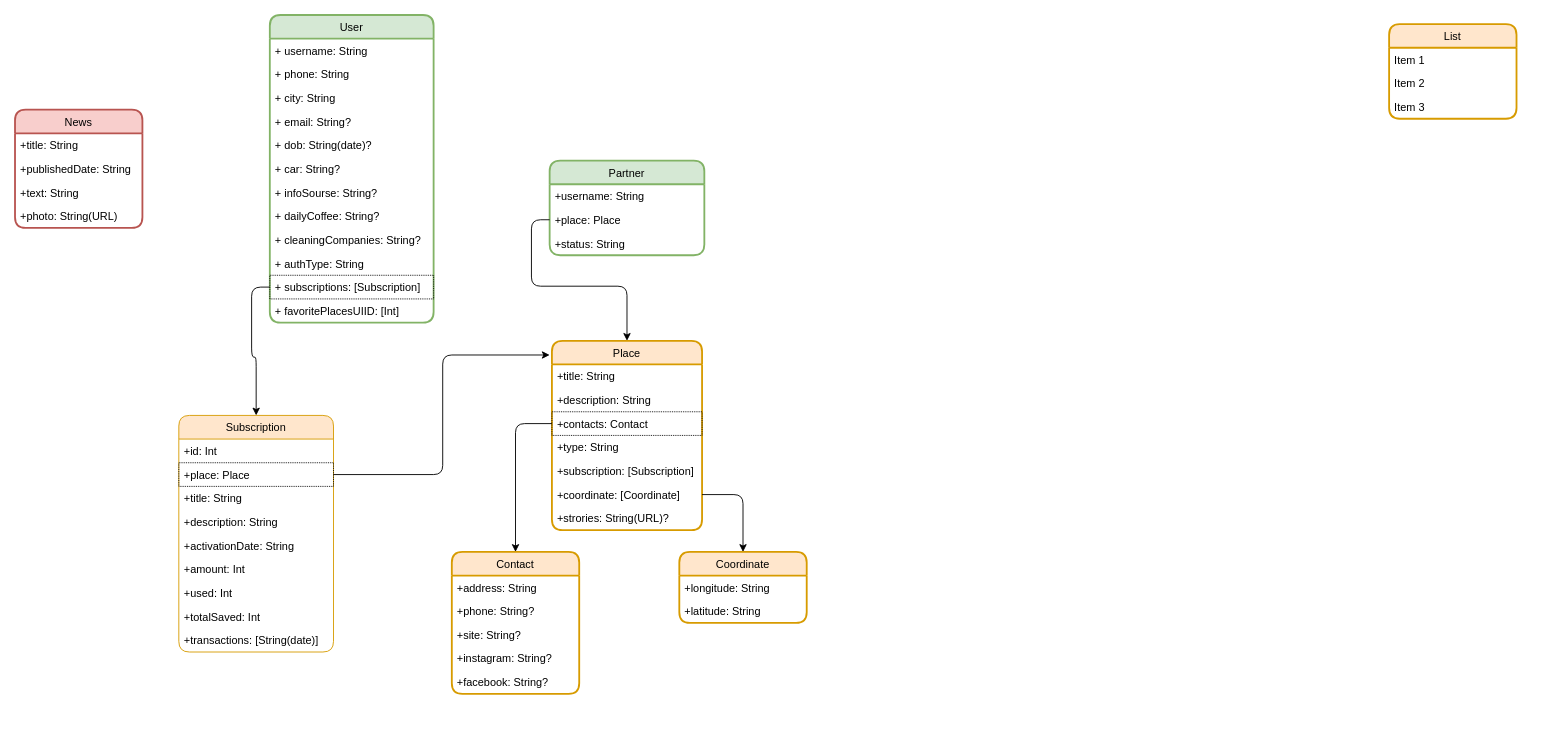
The draw.io diagram urbanist.drawio in Dmitriy-Holovnia/schemes, before the edit. Source tidied: cells renumbered, new cells numbered last; positions are measured from the earlier drawing's top-left corner, leaving out a move shared by most shapes. Both pictures are drawn from the tidied source at 91%, with x=0, y=0 at pixel (15, 15).
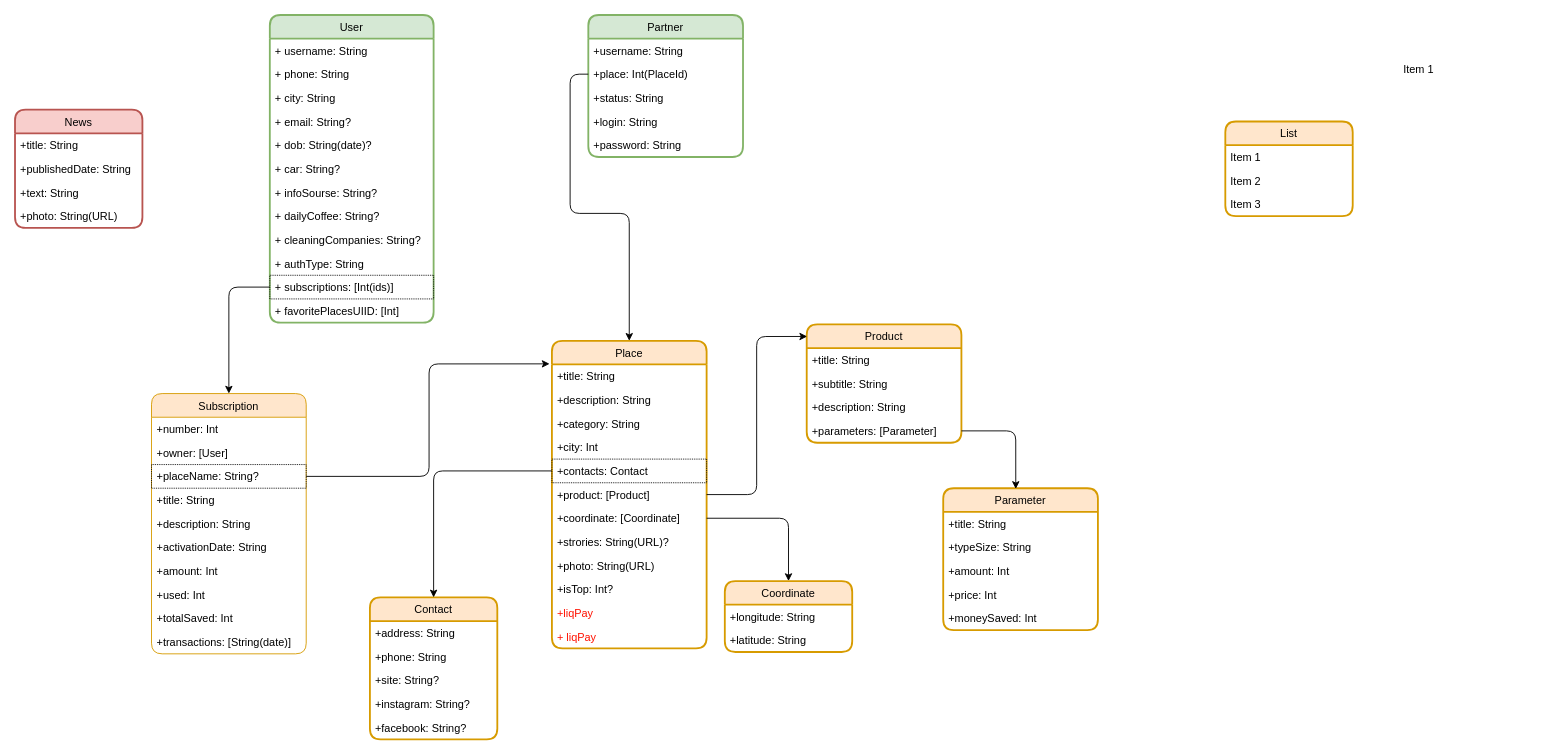
Above is the later version.

Unchanged cells that the change refers to:
```xml
<mxCell id="2" value="User" style="swimlane;fontStyle=0;horizontal=1;startSize=26;fillColor=#d5e8d4;strokeColor=#82b366;rounded=1;shadow=0;sketch=0;glass=0;swimlaneFillColor=#ffffff;strokeWidth=2;" parent="1" vertex="1">
  <mxGeometry x="280" width="180" height="338" as="geometry" />
</mxCell>
```

Change to the diagram source:
```diff
@@
-    <mxCell id="13" value="+ subscriptions: [Subscription]" style="text;fillColor=none;align=left;verticalAlign=top;spacingLeft=4;spacingRight=4;overflow=hidden;points=[[0,0.5],[1,0.5]];portConstraint=eastwest;dashed=1;strokeColor=#000000;rounded=0;dashPattern=1 1;" parent="2" vertex="1">
+    <mxCell id="13" value="+ subscriptions: [Int(ids)]" style="text;fillColor=none;align=left;verticalAlign=top;spacingLeft=4;spacingRight=4;overflow=hidden;points=[[0,0.5],[1,0.5]];portConstraint=eastwest;dashed=1;strokeColor=#000000;rounded=0;dashPattern=1 1;" parent="2" vertex="1">
       <mxGeometry y="286" width="180" height="26" as="geometry" />
     </mxCell>
@@
     <mxCell id="15" value="Partner" style="swimlane;fontStyle=0;horizontal=1;startSize=26;fillColor=#d5e8d4;strokeColor=#82b366;rounded=1;strokeWidth=2;swimlaneFillColor=#ffffff;" parent="1" vertex="1">
-      <mxGeometry x="587.5" y="160" width="170" height="104" as="geometry" />
+      <mxGeometry x="630" width="170" height="156" as="geometry" />
     </mxCell>
@@
-    <mxCell id="17" value="+place: Place" style="text;strokeColor=none;fillColor=none;align=left;verticalAlign=top;spacingLeft=4;spacingRight=4;overflow=hidden;points=[[0,0.5],[1,0.5]];portConstraint=eastwest;" parent="15" vertex="1">
+    <mxCell id="17" value="+place: Int(PlaceId)" style="text;strokeColor=none;fillColor=none;align=left;verticalAlign=top;spacingLeft=4;spacingRight=4;overflow=hidden;points=[[0,0.5],[1,0.5]];portConstraint=eastwest;" parent="15" vertex="1">
       <mxGeometry y="52" width="170" height="26" as="geometry" />
     </mxCell>
@@
+    <mxCell id="60" value="+login: String" style="text;strokeColor=none;fillColor=none;align=left;verticalAlign=top;spacingLeft=4;spacingRight=4;overflow=hidden;" parent="15" vertex="1">
+      <mxGeometry y="104" width="170" height="26" as="geometry" />
+    </mxCell>
+    <mxCell id="61" value="+password: String" style="text;strokeColor=none;fillColor=none;align=left;verticalAlign=top;spacingLeft=4;spacingRight=4;overflow=hidden;" parent="15" vertex="1">
+      <mxGeometry y="130" width="170" height="26" as="geometry" />
+    </mxCell>
     <mxCell id="19" value="List" style="swimlane;fontStyle=0;horizontal=1;startSize=26;fillColor=#ffe6cc;strokeColor=#d79b00;rounded=1;swimlaneFillColor=#ffffff;strokeWidth=2;" parent="1" vertex="1">
-      <mxGeometry x="1510" y="10" width="140" height="104" as="geometry" />
+      <mxGeometry x="1330" y="117" width="140" height="104" as="geometry" />
     </mxCell>
@@
     <mxCell id="23" value="Subscription" style="swimlane;fontStyle=0;horizontal=1;startSize=26;fillColor=#ffe6cc;strokeColor=#d79b00;rounded=1;swimlaneFillColor=#ffffff;" parent="1" vertex="1">
-      <mxGeometry x="180" y="440" width="170" height="260" as="geometry" />
+      <mxGeometry x="150" y="416" width="170" height="286" as="geometry" />
     </mxCell>
-    <mxCell id="24" value="+id: Int" style="text;strokeColor=none;fillColor=none;align=left;verticalAlign=top;spacingLeft=4;spacingRight=4;overflow=hidden;" parent="23" vertex="1">
+    <mxCell id="24" value="+number: Int" style="text;strokeColor=none;fillColor=none;align=left;verticalAlign=top;spacingLeft=4;spacingRight=4;overflow=hidden;" parent="23" vertex="1">
       <mxGeometry y="26" width="170" height="26" as="geometry" />
     </mxCell>
+    <mxCell id="62" value="+owner: [User]" style="text;strokeColor=none;fillColor=none;align=left;verticalAlign=top;spacingLeft=4;spacingRight=4;overflow=hidden;" parent="23" vertex="1">
+      <mxGeometry y="52" width="170" height="26" as="geometry" />
+    </mxCell>
-    <mxCell id="25" value="+place: Place" style="text;fillColor=none;align=left;verticalAlign=top;spacingLeft=4;spacingRight=4;overflow=hidden;points=[[0,0.5],[1,0.5]];portConstraint=eastwest;strokeColor=#000000;dashed=1;dashPattern=1 1;" parent="23" vertex="1">
-      <mxGeometry y="52" width="170" height="26" as="geometry" />
+    <mxCell id="25" value="+placeName: String?" style="text;fillColor=none;align=left;verticalAlign=top;spacingLeft=4;spacingRight=4;overflow=hidden;points=[[0,0.5],[1,0.5]];portConstraint=eastwest;strokeColor=#000000;dashed=1;dashPattern=1 1;" parent="23" vertex="1">
+      <mxGeometry y="78" width="170" height="26" as="geometry" />
     </mxCell>
     <mxCell id="26" value="+title: String" style="text;strokeColor=none;fillColor=none;align=left;verticalAlign=top;spacingLeft=4;spacingRight=4;overflow=hidden;" parent="23" vertex="1">
-      <mxGeometry y="78" width="170" height="26" as="geometry" />
+      <mxGeometry y="104" width="170" height="26" as="geometry" />
     </mxCell>
     <mxCell id="27" value="+description: String" style="text;strokeColor=none;fillColor=none;align=left;verticalAlign=top;spacingLeft=4;spacingRight=4;overflow=hidden;" parent="23" vertex="1">
-      <mxGeometry y="104" width="170" height="26" as="geometry" />
+      <mxGeometry y="130" width="170" height="26" as="geometry" />
     </mxCell>
     <mxCell id="28" value="+activationDate: String" style="text;strokeColor=none;fillColor=none;align=left;verticalAlign=top;spacingLeft=4;spacingRight=4;overflow=hidden;" parent="23" vertex="1">
-      <mxGeometry y="130" width="170" height="26" as="geometry" />
+      <mxGeometry y="156" width="170" height="26" as="geometry" />
     </mxCell>
     <mxCell id="29" value="+amount: Int" style="text;strokeColor=none;fillColor=none;align=left;verticalAlign=top;spacingLeft=4;spacingRight=4;overflow=hidden;" parent="23" vertex="1">
-      <mxGeometry y="156" width="170" height="26" as="geometry" />
+      <mxGeometry y="182" width="170" height="26" as="geometry" />
     </mxCell>
     <mxCell id="30" value="+used: Int" style="text;strokeColor=none;fillColor=none;align=left;verticalAlign=top;spacingLeft=4;spacingRight=4;overflow=hidden;" parent="23" vertex="1">
-      <mxGeometry y="182" width="170" height="26" as="geometry" />
+      <mxGeometry y="208" width="170" height="26" as="geometry" />
     </mxCell>
     <mxCell id="31" value="+totalSaved: Int" style="text;strokeColor=none;fillColor=none;align=left;verticalAlign=top;spacingLeft=4;spacingRight=4;overflow=hidden;" parent="23" vertex="1">
-      <mxGeometry y="208" width="170" height="26" as="geometry" />
+      <mxGeometry y="234" width="170" height="26" as="geometry" />
     </mxCell>
     <mxCell id="32" value="+transactions: [String(date)]" style="text;strokeColor=none;fillColor=none;align=left;verticalAlign=top;spacingLeft=4;spacingRight=4;overflow=hidden;" parent="23" vertex="1">
-      <mxGeometry y="234" width="170" height="26" as="geometry" />
+      <mxGeometry y="260" width="170" height="26" as="geometry" />
     </mxCell>
     <mxCell id="33" value="Place" style="swimlane;fontStyle=0;horizontal=1;startSize=26;fillColor=#ffe6cc;strokeColor=#d79b00;rounded=1;swimlaneFillColor=#ffffff;strokeWidth=2;" parent="1" vertex="1">
-      <mxGeometry x="590" y="358" width="165" height="208" as="geometry" />
+      <mxGeometry x="590" y="358" width="170" height="338" as="geometry" />
     </mxCell>
     <mxCell id="34" value="+title: String" style="text;strokeColor=none;fillColor=none;align=left;verticalAlign=top;spacingLeft=4;spacingRight=4;overflow=hidden;" parent="33" vertex="1">
-      <mxGeometry y="26" width="165" height="26" as="geometry" />
+      <mxGeometry y="26" width="170" height="26" as="geometry" />
     </mxCell>
     <mxCell id="35" value="+description: String" style="text;strokeColor=none;fillColor=none;align=left;verticalAlign=top;spacingLeft=4;spacingRight=4;overflow=hidden;" parent="33" vertex="1">
-      <mxGeometry y="52" width="165" height="26" as="geometry" />
+      <mxGeometry y="52" width="170" height="26" as="geometry" />
     </mxCell>
+    <mxCell id="37" value="+category: String" style="text;strokeColor=none;fillColor=none;align=left;verticalAlign=top;spacingLeft=4;spacingRight=4;overflow=hidden;" parent="33" vertex="1">
+      <mxGeometry y="78" width="170" height="26" as="geometry" />
+    </mxCell>
+    <mxCell id="63" value="+city: Int" style="text;strokeColor=none;fillColor=none;align=left;verticalAlign=top;spacingLeft=4;spacingRight=4;overflow=hidden;" parent="33" vertex="1">
+      <mxGeometry y="104" width="170" height="26" as="geometry" />
+    </mxCell>
     <mxCell id="36" value="+contacts: Contact" style="text;fillColor=none;align=left;verticalAlign=top;spacingLeft=4;spacingRight=4;overflow=hidden;points=[[0,0.5],[1,0.5]];portConstraint=eastwest;dashed=1;dashPattern=1 1;strokeColor=#000000;" parent="33" vertex="1">
-      <mxGeometry y="78" width="165" height="26" as="geometry" />
+      <mxGeometry y="130" width="170" height="26" as="geometry" />
     </mxCell>
-    <mxCell id="37" value="+type: String" style="text;strokeColor=none;fillColor=none;align=left;verticalAlign=top;spacingLeft=4;spacingRight=4;overflow=hidden;" parent="33" vertex="1">
-      <mxGeometry y="104" width="165" height="26" as="geometry" />
-    </mxCell>
-    <mxCell id="38" value="+subscription: [Subscription]" style="text;strokeColor=none;fillColor=none;align=left;verticalAlign=top;spacingLeft=4;spacingRight=4;overflow=hidden;points=[[0,0.5],[1,0.5]];portConstraint=eastwest;" parent="33" vertex="1">
-      <mxGeometry y="130" width="165" height="26" as="geometry" />
+    <mxCell id="38" value="+product: [Product]" style="text;strokeColor=none;fillColor=none;align=left;verticalAlign=top;spacingLeft=4;spacingRight=4;overflow=hidden;points=[[0,0.5],[1,0.5]];portConstraint=eastwest;" parent="33" vertex="1">
+      <mxGeometry y="156" width="170" height="26" as="geometry" />
     </mxCell>
     <mxCell id="39" value="+coordinate: [Coordinate]" style="text;strokeColor=none;fillColor=none;align=left;verticalAlign=top;spacingLeft=4;spacingRight=4;overflow=hidden;points=[[0,0.5],[1,0.5]];portConstraint=eastwest;dashed=1;dashPattern=1 1;" parent="33" vertex="1">
-      <mxGeometry y="156" width="165" height="26" as="geometry" />
+      <mxGeometry y="182" width="170" height="26" as="geometry" />
     </mxCell>
     <mxCell id="40" value="+strories: String(URL)?" style="text;strokeColor=none;fillColor=none;align=left;verticalAlign=top;spacingLeft=4;spacingRight=4;overflow=hidden;" parent="33" vertex="1">
-      <mxGeometry y="182" width="165" height="26" as="geometry" />
+      <mxGeometry y="208" width="170" height="26" as="geometry" />
     </mxCell>
+    <mxCell id="64" value="+photo: String(URL)" style="text;strokeColor=none;fillColor=none;align=left;verticalAlign=top;spacingLeft=4;spacingRight=4;overflow=hidden;" parent="33" vertex="1">
+      <mxGeometry y="234" width="170" height="26" as="geometry" />
+    </mxCell>
+    <mxCell id="65" value="+isTop: Int?" style="text;strokeColor=none;fillColor=none;align=left;verticalAlign=top;spacingLeft=4;spacingRight=4;overflow=hidden;" parent="33" vertex="1">
+      <mxGeometry y="260" width="170" height="26" as="geometry" />
+    </mxCell>
+    <mxCell id="66" value="+liqPay" style="text;strokeColor=none;fillColor=none;align=left;verticalAlign=top;spacingLeft=4;spacingRight=4;overflow=hidden;fontColor=#FF1100;" parent="33" vertex="1">
+      <mxGeometry y="286" width="170" height="26" as="geometry" />
+    </mxCell>
+    <mxCell id="67" value="+ liqPay" style="text;strokeColor=none;fillColor=none;align=left;verticalAlign=top;spacingLeft=4;spacingRight=4;overflow=hidden;fontColor=#FF1100;" parent="33" vertex="1">
+      <mxGeometry y="312" width="170" height="26" as="geometry" />
+    </mxCell>
@@
     <mxCell id="42" value="Coordinate" style="swimlane;fontStyle=0;horizontal=1;startSize=26;fillColor=#ffe6cc;strokeColor=#d79b00;rounded=1;swimlaneFillColor=#ffffff;strokeWidth=2;" parent="1" vertex="1">
-      <mxGeometry x="730" y="590" width="140" height="78" as="geometry" />
+      <mxGeometry x="780" y="622" width="140" height="78" as="geometry" />
     </mxCell>
@@
     <mxCell id="48" value="Contact" style="swimlane;fontStyle=0;horizontal=1;startSize=26;fillColor=#ffe6cc;strokeColor=#d79b00;rounded=1;swimlaneFillColor=#ffffff;strokeWidth=2;" parent="1" vertex="1">
-      <mxGeometry x="480" y="590" width="140" height="156" as="geometry" />
+      <mxGeometry x="390" y="640" width="140" height="156" as="geometry" />
     </mxCell>
@@
-    <mxCell id="50" value="+phone: String?" style="text;strokeColor=none;fillColor=none;align=left;verticalAlign=top;spacingLeft=4;spacingRight=4;overflow=hidden;" parent="48" vertex="1">
+    <mxCell id="50" value="+phone: String" style="text;strokeColor=none;fillColor=none;align=left;verticalAlign=top;spacingLeft=4;spacingRight=4;overflow=hidden;" parent="48" vertex="1">
       <mxGeometry y="52" width="140" height="26" as="geometry" />
     </mxCell>
@@
+    <mxCell id="68" value="Item 1" style="text;strokeColor=none;fillColor=none;align=left;verticalAlign=top;spacingLeft=4;spacingRight=4;overflow=hidden;" parent="1" vertex="1">
+      <mxGeometry x="1520" y="46" width="140" height="26" as="geometry" />
+    </mxCell>
+    <mxCell id="69" value="Product" style="swimlane;fontStyle=0;horizontal=1;startSize=26;fillColor=#ffe6cc;strokeColor=#d79b00;rounded=1;swimlaneFillColor=#ffffff;strokeWidth=2;" parent="1" vertex="1">
+      <mxGeometry x="870" y="340" width="170" height="130" as="geometry" />
+    </mxCell>
+    <mxCell id="70" value="+title: String" style="text;strokeColor=none;fillColor=none;align=left;verticalAlign=top;spacingLeft=4;spacingRight=4;overflow=hidden;" parent="69" vertex="1">
+      <mxGeometry y="26" width="170" height="26" as="geometry" />
+    </mxCell>
+    <mxCell id="71" value="+subtitle: String" style="text;strokeColor=none;fillColor=none;align=left;verticalAlign=top;spacingLeft=4;spacingRight=4;overflow=hidden;" parent="69" vertex="1">
+      <mxGeometry y="52" width="170" height="26" as="geometry" />
+    </mxCell>
+    <mxCell id="72" value="+description: String" style="text;strokeColor=none;fillColor=none;align=left;verticalAlign=top;spacingLeft=4;spacingRight=4;overflow=hidden;" parent="69" vertex="1">
+      <mxGeometry y="78" width="170" height="26" as="geometry" />
+    </mxCell>
+    <mxCell id="73" value="+parameters: [Parameter]" style="text;strokeColor=none;fillColor=none;align=left;verticalAlign=top;spacingLeft=4;spacingRight=4;overflow=hidden;points=[[0,0.5],[1,0.5]];portConstraint=eastwest;" parent="69" vertex="1">
+      <mxGeometry y="104" width="170" height="26" as="geometry" />
+    </mxCell>
+    <mxCell id="74" style="edgeStyle=orthogonalEdgeStyle;rounded=1;jettySize=auto;html=1;entryX=0.003;entryY=0.102;entryDx=0;entryDy=0;entryPerimeter=0;fontColor=#67AB9F;" parent="1" edge="1" source="38" target="69">
+      <mxGeometry relative="1" as="geometry" />
+    </mxCell>
+    <mxCell id="75" value="Parameter" style="swimlane;fontStyle=0;horizontal=1;startSize=26;fillColor=#ffe6cc;strokeColor=#d79b00;rounded=1;swimlaneFillColor=#ffffff;strokeWidth=2;" parent="1" vertex="1">
+      <mxGeometry x="1020" y="520" width="170" height="156" as="geometry" />
+    </mxCell>
+    <mxCell id="76" value="+title: String" style="text;strokeColor=none;fillColor=none;align=left;verticalAlign=top;spacingLeft=4;spacingRight=4;overflow=hidden;" parent="75" vertex="1">
+      <mxGeometry y="26" width="170" height="26" as="geometry" />
+    </mxCell>
+    <mxCell id="77" value="+typeSize: String" style="text;strokeColor=none;fillColor=none;align=left;verticalAlign=top;spacingLeft=4;spacingRight=4;overflow=hidden;" parent="75" vertex="1">
+      <mxGeometry y="52" width="170" height="26" as="geometry" />
+    </mxCell>
+    <mxCell id="78" value="+amount: Int" style="text;strokeColor=none;fillColor=none;align=left;verticalAlign=top;spacingLeft=4;spacingRight=4;overflow=hidden;" parent="75" vertex="1">
+      <mxGeometry y="78" width="170" height="26" as="geometry" />
+    </mxCell>
+    <mxCell id="79" value="+price: Int" style="text;strokeColor=none;fillColor=none;align=left;verticalAlign=top;spacingLeft=4;spacingRight=4;overflow=hidden;" parent="75" vertex="1">
+      <mxGeometry y="104" width="170" height="26" as="geometry" />
+    </mxCell>
+    <mxCell id="80" value="+moneySaved: Int" style="text;strokeColor=none;fillColor=none;align=left;verticalAlign=top;spacingLeft=4;spacingRight=4;overflow=hidden;" parent="75" vertex="1">
+      <mxGeometry y="130" width="170" height="26" as="geometry" />
+    </mxCell>
+    <mxCell id="81" style="edgeStyle=orthogonalEdgeStyle;rounded=1;jettySize=auto;html=1;entryX=0.469;entryY=0.005;entryDx=0;entryDy=0;entryPerimeter=0;fontColor=#67AB9F;" parent="1" edge="1" source="73" target="75">
+      <mxGeometry relative="1" as="geometry" />
+    </mxCell>
```
